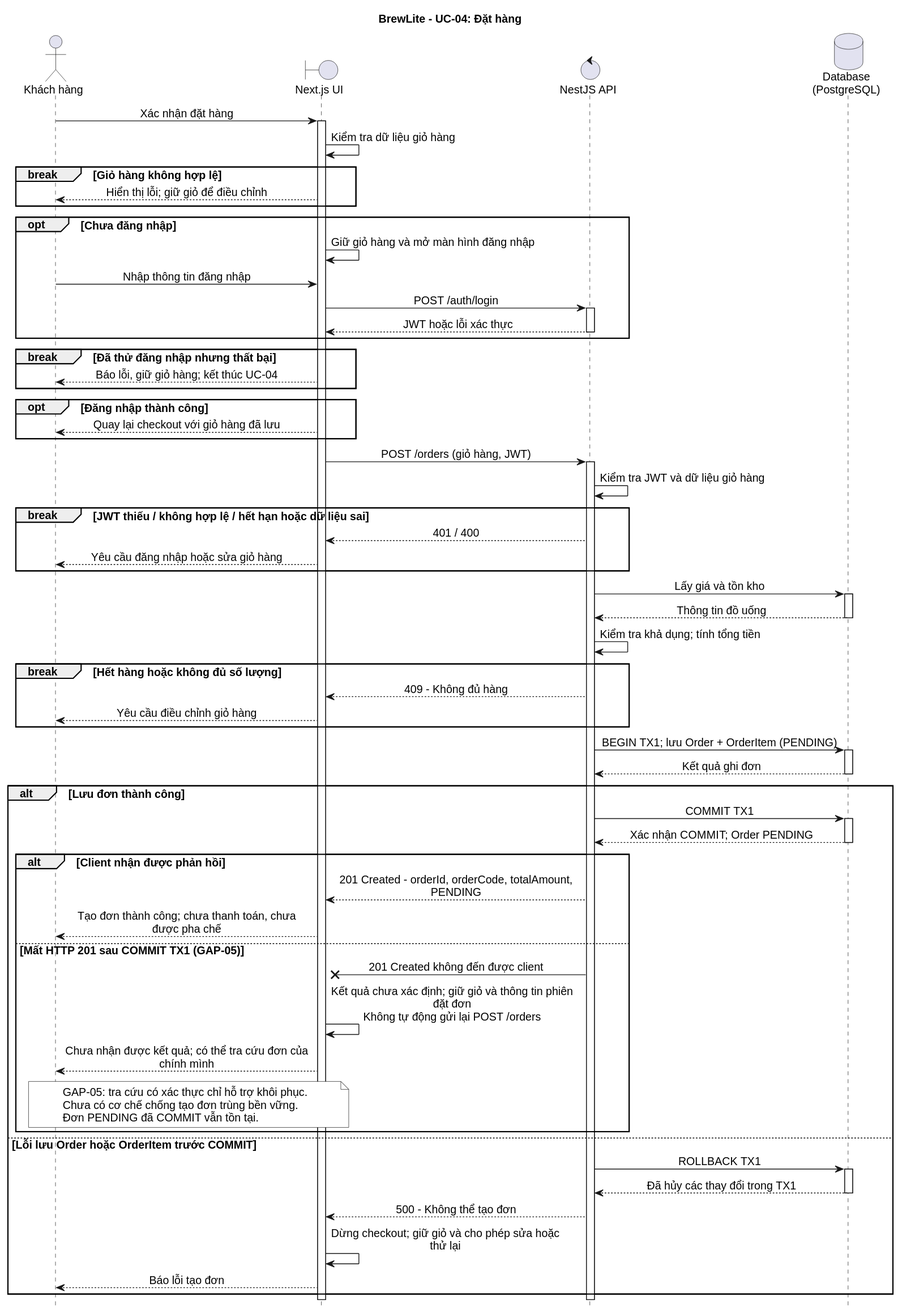
Earlier version of the PlantUML export docs/diagram/SequenceDiagram.svg (vohuunghiaah/brewlite).
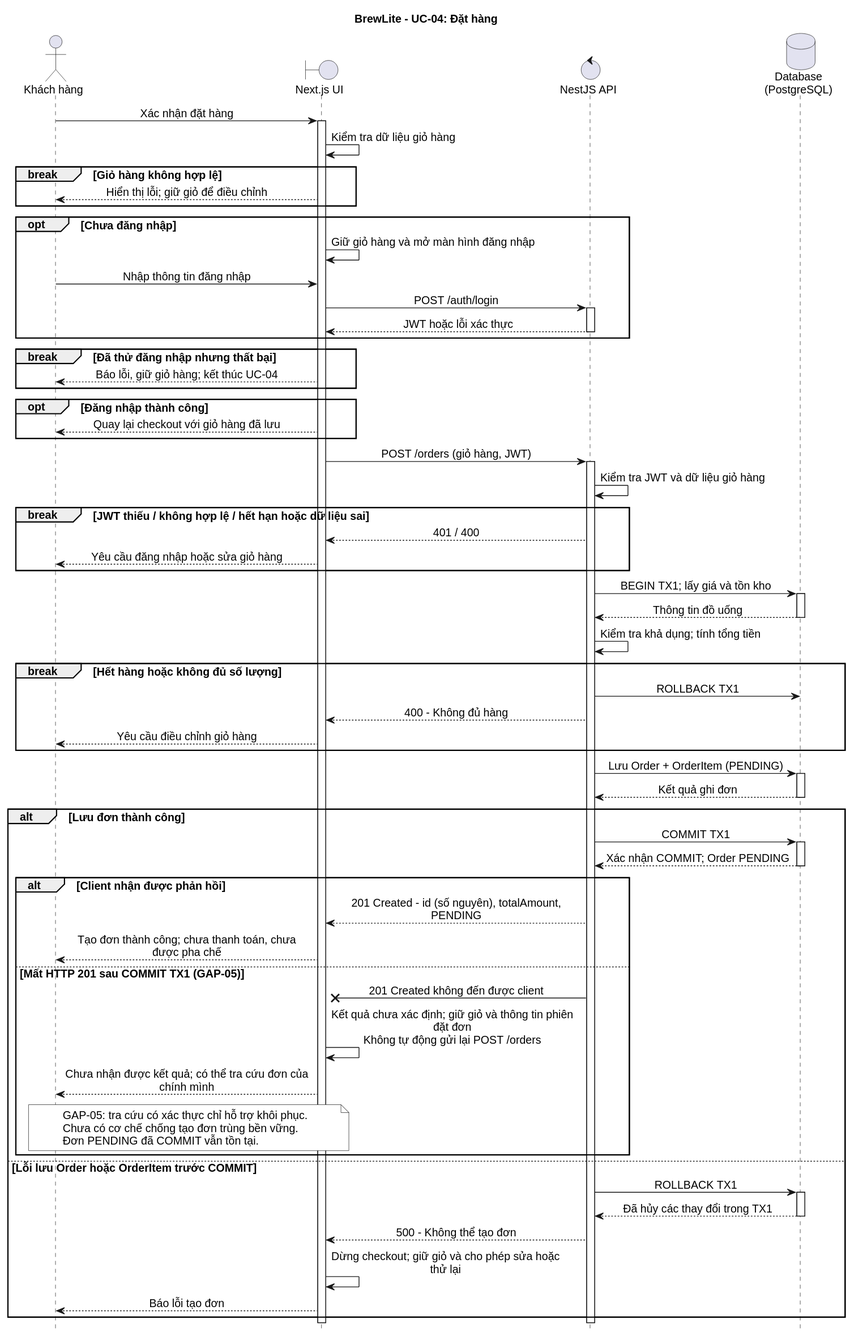
Above is the later version.

Change to the diagram source:
```diff
@@ -39,16 +39,17 @@
   API --> UI: 401 / 400
   UI --> C: Yêu cầu đăng nhập hoặc sửa giỏ hàng
 end
-API -> DB: Lấy giá và tồn kho
+API -> DB: BEGIN TX1; lấy giá và tồn kho
 activate DB
 DB --> API: Thông tin đồ uống
 deactivate DB
 API -> API: Kiểm tra khả dụng; tính tổng tiền
 break Hết hàng hoặc không đủ số lượng
-  API --> UI: 409 - Không đủ hàng
+  API -> DB: ROLLBACK TX1
+  API --> UI: 400 - Không đủ hàng
   UI --> C: Yêu cầu điều chỉnh giỏ hàng
 end
-API -> DB: BEGIN TX1; lưu Order + OrderItem (PENDING)
+API -> DB: Lưu Order + OrderItem (PENDING)
 activate DB
 DB --> API: Kết quả ghi đơn
 deactivate DB
@@ -58,7 +59,7 @@
   DB --> API: Xác nhận COMMIT; Order PENDING
   deactivate DB
   alt Client nhận được phản hồi
-    API --> UI: 201 Created - orderId, orderCode, totalAmount, PENDING
+    API --> UI: 201 Created - id (số nguyên), totalAmount, PENDING
     UI --> C: Tạo đơn thành công; chưa thanh toán, chưa được pha chế
   else Mất HTTP 201 sau COMMIT TX1 (GAP-05)
     API ->x UI: 201 Created không đến được client
```
